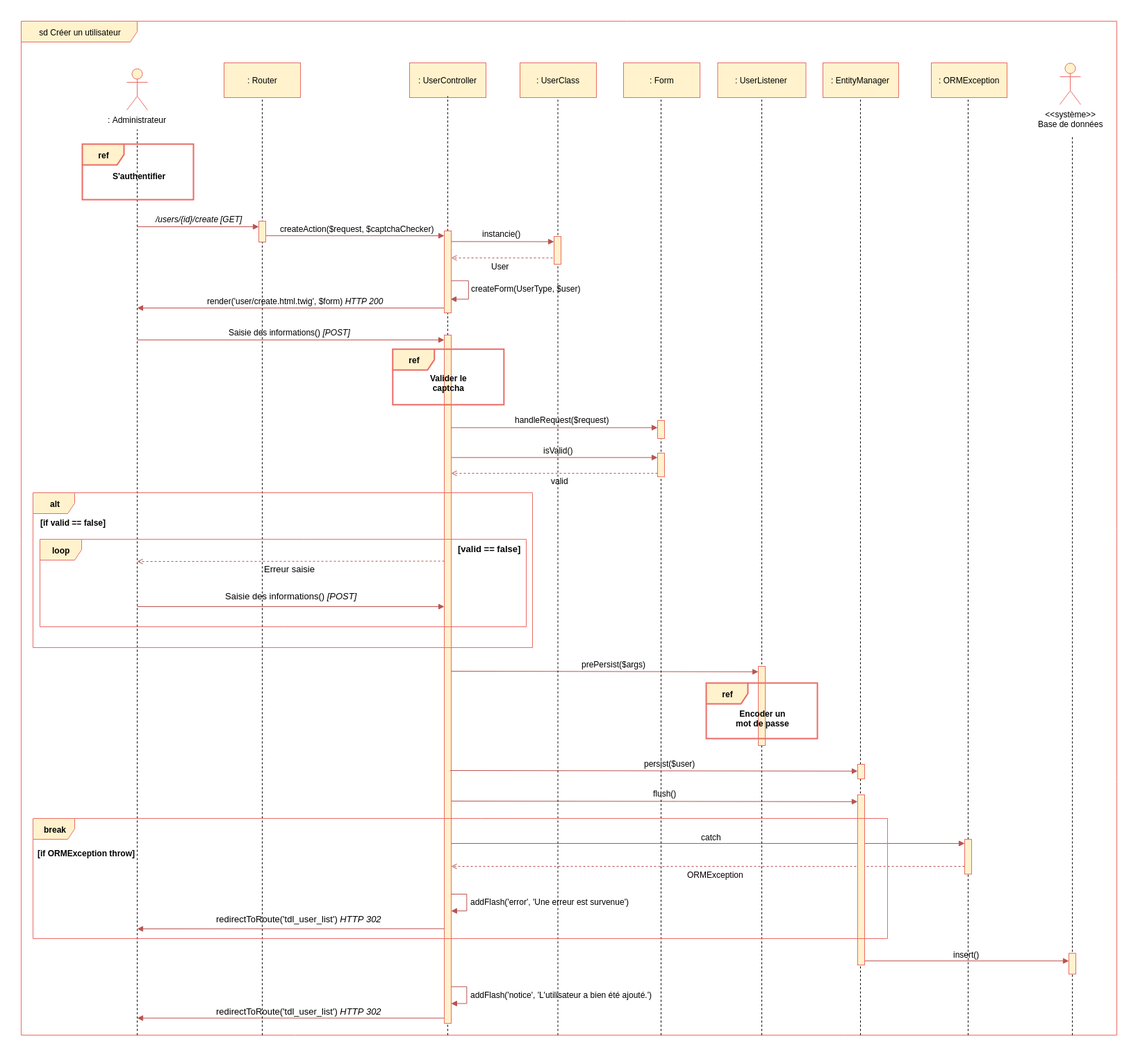
Thibok/TodoList keeps this draw.io diagram as Diagrammes/Creer_un_utilisateur.png. Above is the earlier version. Source tidied: cells renumbered, new cells last; positions are measured from the earlier drawing's top-left corner, leaving out a move shared by most shapes.
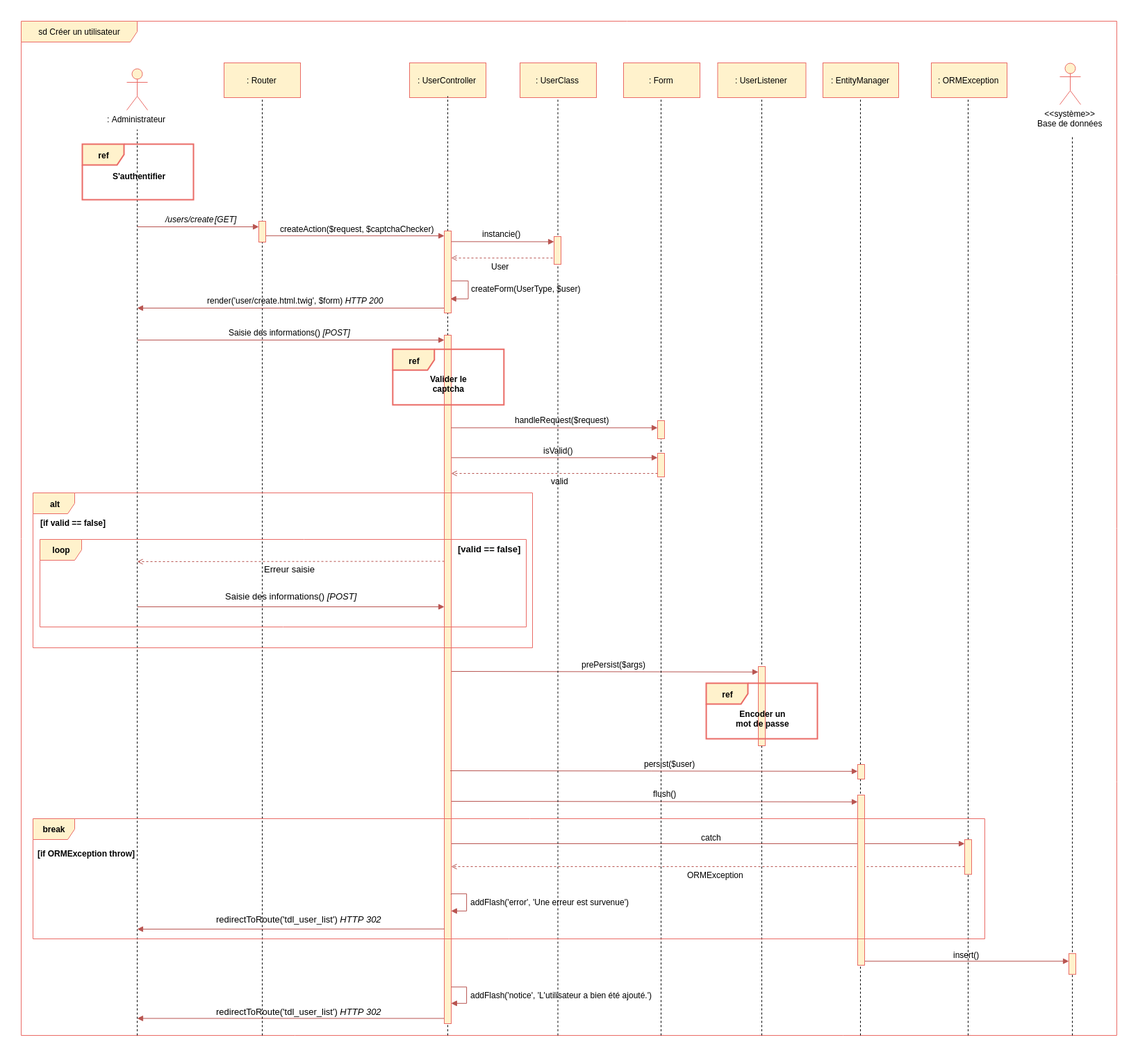
The same file after the commit.

Change to the diagram source:
```diff
@@ -82,8 +82,8 @@
         <mxPoint x="347" y="99.8" as="targetPoint" />
       </mxGeometry>
     </mxCell>
-    <mxCell id="16" value="/users/{id}/create" style="text;html=1;align=left;verticalAlign=top;spacingTop=-4;fontStyle=2;" parent="1" vertex="1">
-      <mxGeometry x="192" y="276" width="110" height="20" as="geometry" />
+    <mxCell id="16" value="/users/create" style="text;html=1;align=left;verticalAlign=top;spacingTop=-4;fontStyle=2;" parent="1" vertex="1">
+      <mxGeometry x="206" y="276" width="80" height="10" as="geometry" />
     </mxCell>
     <mxCell id="17" value="createAction($request, $captchaChecker)" style="text;html=1;align=left;verticalAlign=top;spacingTop=-4;" parent="1" vertex="1">
       <mxGeometry x="371" y="290" width="240" height="20" as="geometry" />
@@ -197,7 +197,7 @@
       <mxGeometry x="130" y="214" width="90" height="20" as="geometry" />
     </mxCell>
     <mxCell id="44" value="[GET]" style="text;html=1;align=left;verticalAlign=top;spacingTop=-4;fontStyle=2;" parent="1" vertex="1">
-      <mxGeometry x="285" y="276" width="50" height="20" as="geometry" />
+      <mxGeometry x="277" y="276" width="50" height="20" as="geometry" />
     </mxCell>
     <mxCell id="45" value=": Router" style="html=1;fillColor=#fff2cc;strokeColor=#EA6B66;" parent="1" vertex="1">
       <mxGeometry x="292" y="60" width="110" height="50" as="geometry" />
@@ -367,7 +367,7 @@
       <mxGeometry x="17" y="679" width="719" height="223" as="geometry" />
     </mxCell>
     <mxCell id="88" value="break" style="shape=umlFrame;whiteSpace=wrap;html=1;fontColor=#000000;fillColor=#fff2cc;strokeColor=#EA6B66;fontStyle=1;" parent="1" vertex="1">
-      <mxGeometry x="17" y="1148" width="1230" height="173" as="geometry" />
+      <mxGeometry x="17" y="1148" width="1370" height="173" as="geometry" />
     </mxCell>
   </root>
 </mxGraphModel>
```
